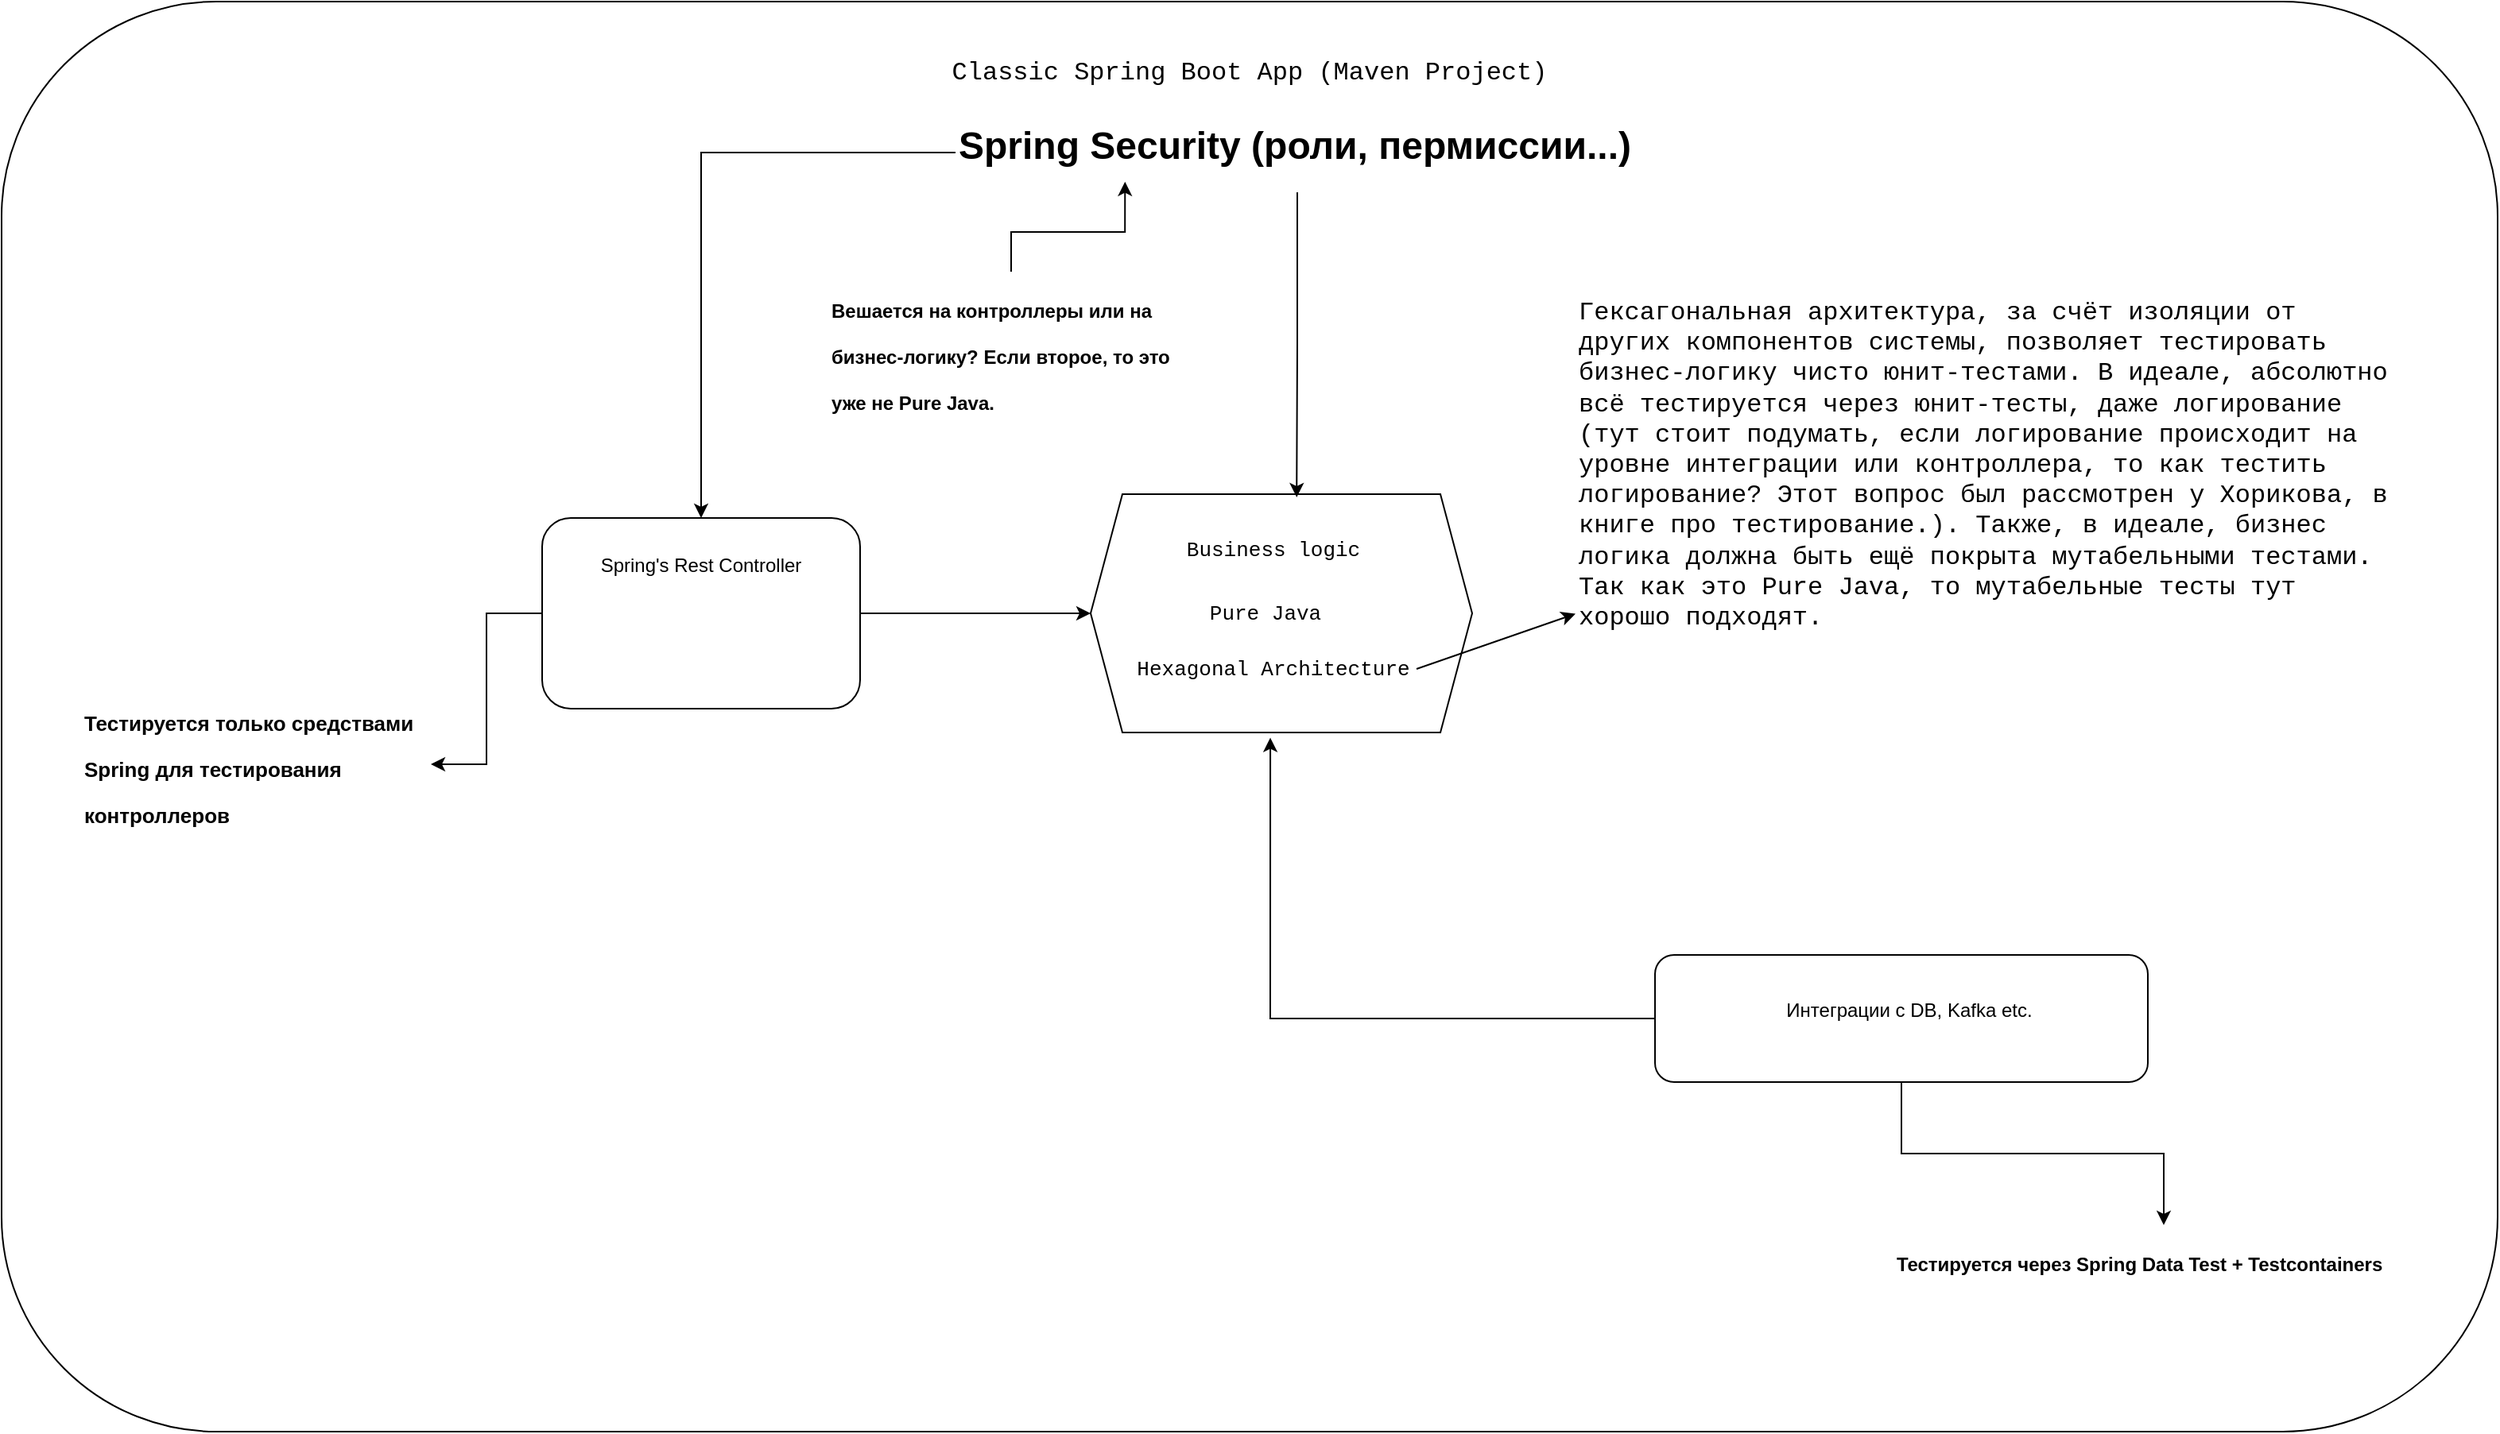
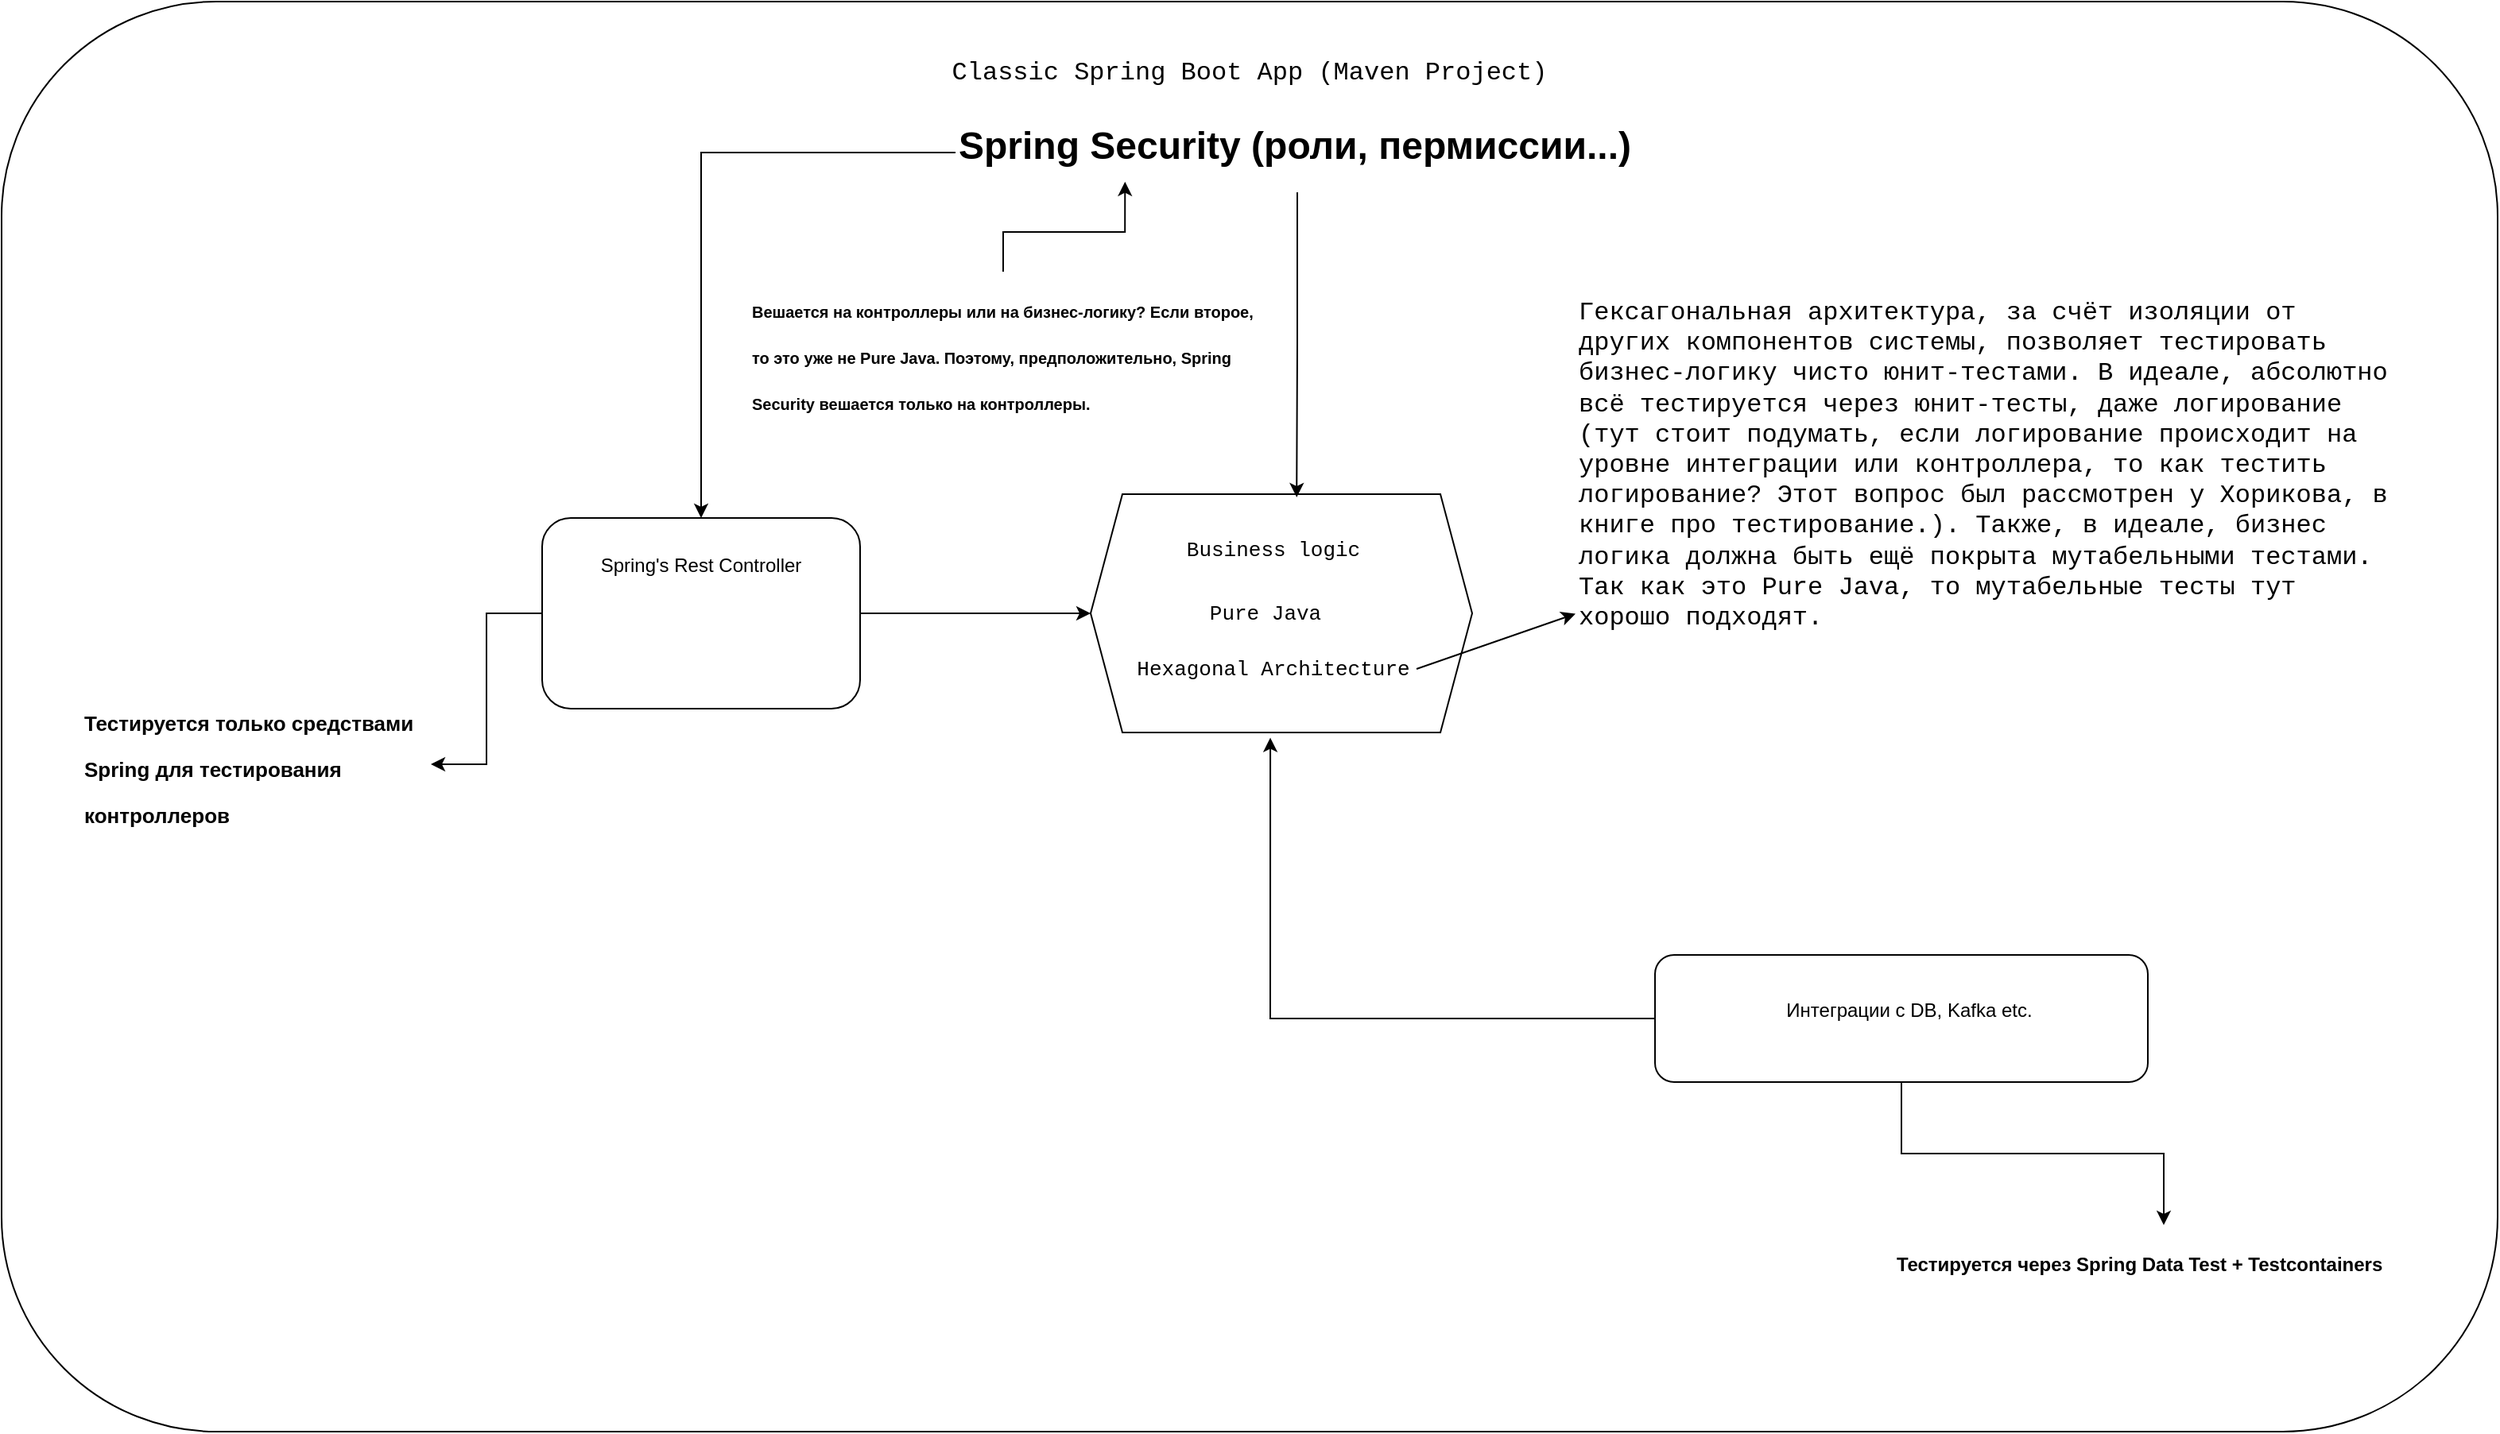
<mxfile host="app.diagrams.net">
  <diagram name="Page-1" id="LjJlObnih52HbGQaQb0i">
-     <mxGraphModel dx="2024" dy="819" grid="1" gridSize="10" guides="1" tooltips="1" connect="1" arrows="1" fold="1" page="1" pageScale="1" pageWidth="850" pageHeight="1100" math="0" shadow="0">
+     <mxGraphModel dx="2656" dy="1260" grid="1" gridSize="10" guides="1" tooltips="1" connect="1" arrows="1" fold="1" page="1" pageScale="1" pageWidth="850" pageHeight="1100" math="0" shadow="0">
      <root>
        <mxCell id="0" />
        <mxCell id="1" parent="0" />
        <mxCell id="pABJUcwdlSBN9XXVtCt0-2" parent="1" style="rounded=1;whiteSpace=wrap;html=1;" value="" vertex="1">
          <mxGeometry height="900" width="1570" x="-310" y="70" as="geometry" />
        </mxCell>
        <mxCell id="pABJUcwdlSBN9XXVtCt0-3" parent="1" style="text;html=1;whiteSpace=wrap;strokeColor=none;fillColor=none;align=center;verticalAlign=middle;rounded=0;fontFamily=Courier New;fontSize=16;" value="Classic Spring Boot App (Maven Project)" vertex="1">
          <mxGeometry height="30" width="480" x="235" y="100" as="geometry" />
        </mxCell>
        <mxCell id="pABJUcwdlSBN9XXVtCt0-15" edge="1" parent="1" source="pABJUcwdlSBN9XXVtCt0-4" style="edgeStyle=orthogonalEdgeStyle;rounded=0;orthogonalLoop=1;jettySize=auto;html=1;" target="pABJUcwdlSBN9XXVtCt0-7">
          <mxGeometry relative="1" as="geometry" />
        </mxCell>
        <mxCell id="pABJUcwdlSBN9XXVtCt0-20" edge="1" parent="1" source="pABJUcwdlSBN9XXVtCt0-4" style="edgeStyle=orthogonalEdgeStyle;rounded=0;orthogonalLoop=1;jettySize=auto;html=1;entryX=1;entryY=0.5;entryDx=0;entryDy=0;" target="pABJUcwdlSBN9XXVtCt0-19">
          <mxGeometry relative="1" as="geometry" />
        </mxCell>
        <mxCell id="pABJUcwdlSBN9XXVtCt0-4" parent="1" style="rounded=1;whiteSpace=wrap;html=1;" value="" vertex="1">
          <mxGeometry height="120" width="200" x="30" y="395" as="geometry" />
        </mxCell>
        <mxCell id="pABJUcwdlSBN9XXVtCt0-23" edge="1" parent="1" source="pABJUcwdlSBN9XXVtCt0-6" style="edgeStyle=orthogonalEdgeStyle;rounded=0;orthogonalLoop=1;jettySize=auto;html=1;" target="pABJUcwdlSBN9XXVtCt0-22">
          <mxGeometry relative="1" as="geometry" />
        </mxCell>
        <mxCell id="pABJUcwdlSBN9XXVtCt0-6" parent="1" style="rounded=1;whiteSpace=wrap;html=1;" value="" vertex="1">
          <mxGeometry height="80" width="310" x="730" y="670" as="geometry" />
        </mxCell>
        <mxCell id="pABJUcwdlSBN9XXVtCt0-7" parent="1" style="shape=hexagon;perimeter=hexagonPerimeter2;whiteSpace=wrap;html=1;fixedSize=1;" value="" vertex="1">
          <mxGeometry height="150" width="240" x="375" y="380" as="geometry" />
        </mxCell>
        <mxCell id="pABJUcwdlSBN9XXVtCt0-8" parent="1" style="text;html=1;whiteSpace=wrap;strokeColor=none;fillColor=none;align=center;verticalAlign=middle;rounded=0;fontFamily=Courier New;fontSize=13;" value="Business logic" vertex="1">
          <mxGeometry height="30" width="160" x="410" y="400" as="geometry" />
        </mxCell>
        <mxCell id="pABJUcwdlSBN9XXVtCt0-9" parent="1" style="text;html=1;whiteSpace=wrap;strokeColor=none;fillColor=none;align=center;verticalAlign=middle;rounded=0;fontFamily=Courier New;fontSize=13;" value="Pure Java" vertex="1">
          <mxGeometry height="30" width="130" x="420" y="440" as="geometry" />
        </mxCell>
        <mxCell id="pABJUcwdlSBN9XXVtCt0-11" parent="1" style="text;html=1;whiteSpace=wrap;strokeColor=none;fillColor=none;align=center;verticalAlign=middle;rounded=0;fontFamily=Courier New;fontSize=13;" value="Hexagonal Architecture" vertex="1">
          <mxGeometry height="40" width="200" x="390" y="470" as="geometry" />
        </mxCell>
        <mxCell id="pABJUcwdlSBN9XXVtCt0-13" parent="1" style="text;html=1;whiteSpace=wrap;overflow=hidden;rounded=0;fontFamily=Courier New;fontSize=8;" value="&lt;h1 style=&quot;margin-top: 0px;&quot;&gt;&lt;span style=&quot;background-color: transparent; color: light-dark(rgb(0, 0, 0), rgb(255, 255, 255)); font-weight: normal;&quot;&gt;Гексагональная архитектура, за счёт изоляции от других компонентов системы, позволяет тестировать бизнес-логику чисто юнит-тестами. В идеале, абсолютно всё тестируется через юнит-тесты, даже логирование (тут стоит подумать, если логирование происходит на уровне интеграции или контроллера, то как тестить логирование? Этот вопрос был рассмотрен у Хорикова, в книге про тестирование.). Также, в идеале, бизнес логика должна быть ещё покрыта мутабельными тестами. Так как это Pure Java, то мутабельные тесты тут хорошо подходят.&lt;/span&gt;&lt;/h1&gt;" vertex="1">
          <mxGeometry height="230" width="520" x="680" y="250" as="geometry" />
        </mxCell>
        <mxCell id="pABJUcwdlSBN9XXVtCt0-14" edge="1" parent="1" style="endArrow=classic;html=1;rounded=0;" target="pABJUcwdlSBN9XXVtCt0-13" value="">
          <mxGeometry height="50" relative="1" width="50" as="geometry">
            <mxPoint x="580" y="490" as="sourcePoint" />
            <mxPoint x="630" y="440" as="targetPoint" />
          </mxGeometry>
        </mxCell>
        <mxCell id="pABJUcwdlSBN9XXVtCt0-17" edge="1" parent="1" source="pABJUcwdlSBN9XXVtCt0-6" style="edgeStyle=orthogonalEdgeStyle;rounded=0;orthogonalLoop=1;jettySize=auto;html=1;entryX=0.471;entryY=1.022;entryDx=0;entryDy=0;entryPerimeter=0;" target="pABJUcwdlSBN9XXVtCt0-7">
          <mxGeometry relative="1" as="geometry" />
        </mxCell>
        <mxCell id="pABJUcwdlSBN9XXVtCt0-18" parent="1" style="text;html=1;whiteSpace=wrap;strokeColor=none;fillColor=none;align=center;verticalAlign=middle;rounded=0;" value="Spring&#39;s Rest Controller" vertex="1">
          <mxGeometry height="30" width="170" x="45" y="410" as="geometry" />
        </mxCell>
        <mxCell id="pABJUcwdlSBN9XXVtCt0-19" parent="1" style="text;html=1;whiteSpace=wrap;overflow=hidden;rounded=0;" value="&lt;h1 style=&quot;margin-top: 0px;&quot;&gt;&lt;font style=&quot;font-size: 13px;&quot;&gt;Тестируется только средствами Spring для тестирования контроллеров&lt;/font&gt;&lt;/h1&gt;" vertex="1">
          <mxGeometry height="100" width="220" x="-260" y="500" as="geometry" />
        </mxCell>
        <mxCell id="pABJUcwdlSBN9XXVtCt0-21" parent="1" style="text;html=1;whiteSpace=wrap;strokeColor=none;fillColor=none;align=center;verticalAlign=middle;rounded=0;" value="Интеграции с DB, Kafka etc." vertex="1">
          <mxGeometry height="30" width="280" x="750" y="690" as="geometry" />
        </mxCell>
        <mxCell id="pABJUcwdlSBN9XXVtCt0-22" parent="1" style="text;html=1;whiteSpace=wrap;overflow=hidden;rounded=0;" value="&lt;h1 style=&quot;margin-top: 0px;&quot;&gt;&lt;font style=&quot;font-size: 12px;&quot;&gt;Тестируется через Spring Data Test + Testcontainers&lt;/font&gt;&lt;/h1&gt;" vertex="1">
          <mxGeometry height="50" width="340" x="880" y="840" as="geometry" />
        </mxCell>
        <mxCell id="pABJUcwdlSBN9XXVtCt0-25" edge="1" parent="1" source="pABJUcwdlSBN9XXVtCt0-24" style="edgeStyle=orthogonalEdgeStyle;rounded=0;orthogonalLoop=1;jettySize=auto;html=1;entryX=0.5;entryY=0;entryDx=0;entryDy=0;" target="pABJUcwdlSBN9XXVtCt0-4">
          <mxGeometry relative="1" as="geometry" />
        </mxCell>
        <mxCell id="pABJUcwdlSBN9XXVtCt0-24" parent="1" style="text;html=1;whiteSpace=wrap;overflow=hidden;rounded=0;" value="&lt;h1 style=&quot;margin-top: 0px;&quot;&gt;Spring Security (роли, пермиссии...)&lt;/h1&gt;" vertex="1">
          <mxGeometry height="50" width="430" x="290" y="140" as="geometry" />
        </mxCell>
        <mxCell id="pABJUcwdlSBN9XXVtCt0-26" edge="1" parent="1" source="pABJUcwdlSBN9XXVtCt0-24" style="edgeStyle=orthogonalEdgeStyle;rounded=0;orthogonalLoop=1;jettySize=auto;html=1;entryX=0.54;entryY=0.013;entryDx=0;entryDy=0;entryPerimeter=0;" target="pABJUcwdlSBN9XXVtCt0-7">
          <mxGeometry relative="1" as="geometry" />
        </mxCell>
-         <mxCell id="pABJUcwdlSBN9XXVtCt0-28" parent="1" style="text;html=1;whiteSpace=wrap;overflow=hidden;rounded=0;" value="&lt;h1 style=&quot;margin-top: 0px;&quot;&gt;&lt;font style=&quot;font-size: 12px;&quot;&gt;Вешается на контроллеры или на бизнес-логику? Если второе, то это уже не Pure Java.&lt;/font&gt;&lt;/h1&gt;" vertex="1">
-           <mxGeometry height="100" width="230" x="210" y="240" as="geometry" />
+         <mxCell id="pABJUcwdlSBN9XXVtCt0-28" parent="1" style="text;html=1;whiteSpace=wrap;overflow=hidden;rounded=0;" value="&lt;h1 style=&quot;margin-top: 0px;&quot;&gt;&lt;font style=&quot;font-size: 10px;&quot;&gt;Вешается на контроллеры или на бизнес-логику? Если второе, то это уже не Pure Java. Поэтому, предположительно, Spring Security вешается только на контроллеры.&lt;/font&gt;&lt;/h1&gt;" vertex="1">
+           <mxGeometry height="100" width="320" x="160" y="240" as="geometry" />
        </mxCell>
        <mxCell id="pABJUcwdlSBN9XXVtCt0-29" edge="1" parent="1" source="pABJUcwdlSBN9XXVtCt0-28" style="edgeStyle=orthogonalEdgeStyle;rounded=0;orthogonalLoop=1;jettySize=auto;html=1;entryX=0.248;entryY=0.867;entryDx=0;entryDy=0;entryPerimeter=0;" target="pABJUcwdlSBN9XXVtCt0-24">
          <mxGeometry relative="1" as="geometry" />
        </mxCell>
      </root>
    </mxGraphModel>
  </diagram>
</mxfile>
